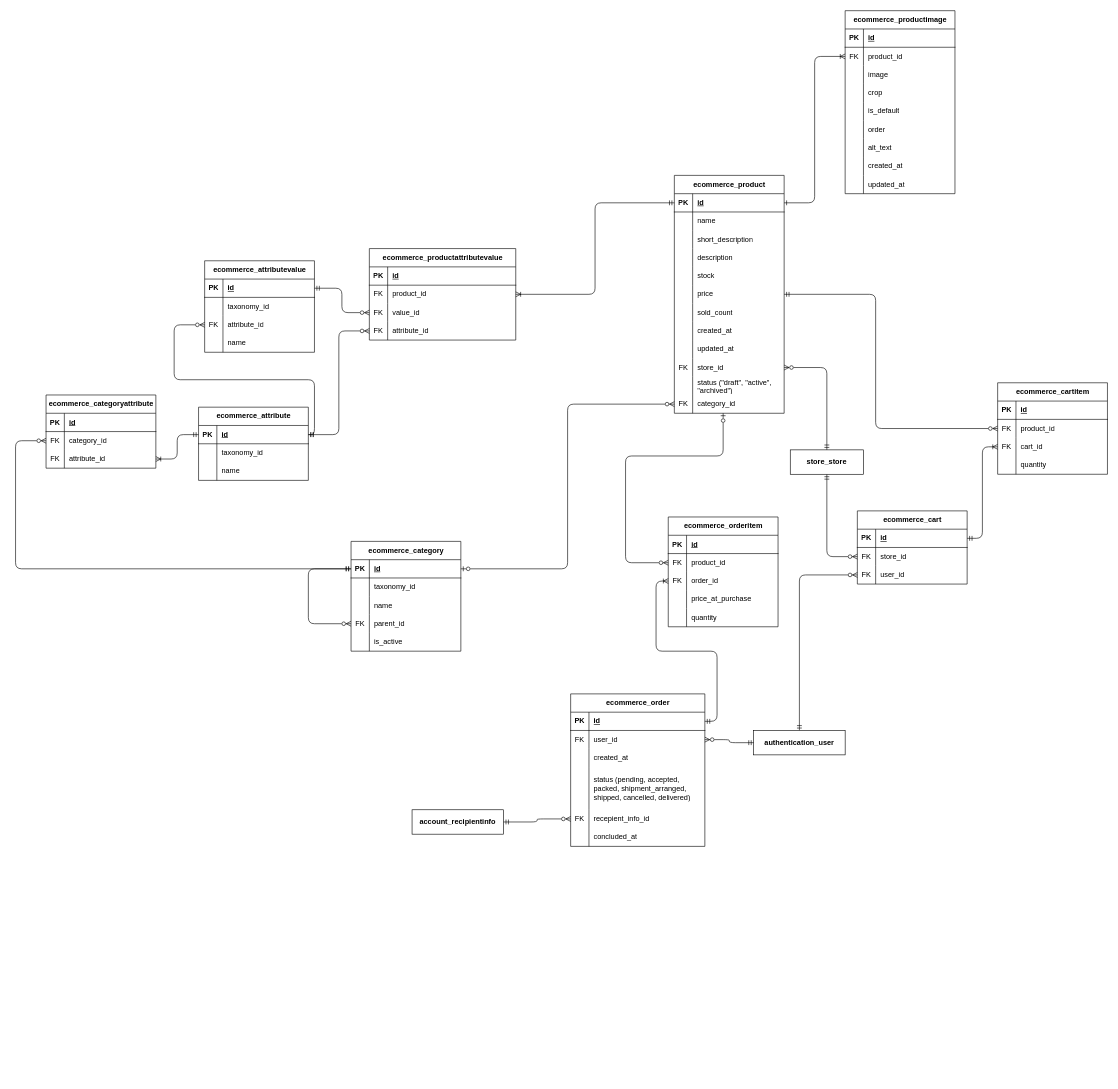
The draw.io diagram page "Ecommerce" (6 of 9) of diagrams/e-commerce-entity-relationship-diagram.drawio in RHILIUS/E-Commerce-Docs, before the edit. Source tidied: cells renumbered, new cells numbered last; positions are measured from the earlier drawing's top-left corner, leaving out a move shared by most shapes. Both pictures are drawn from the tidied source at 61%, with x=0, y=0 at pixel (15, 10).
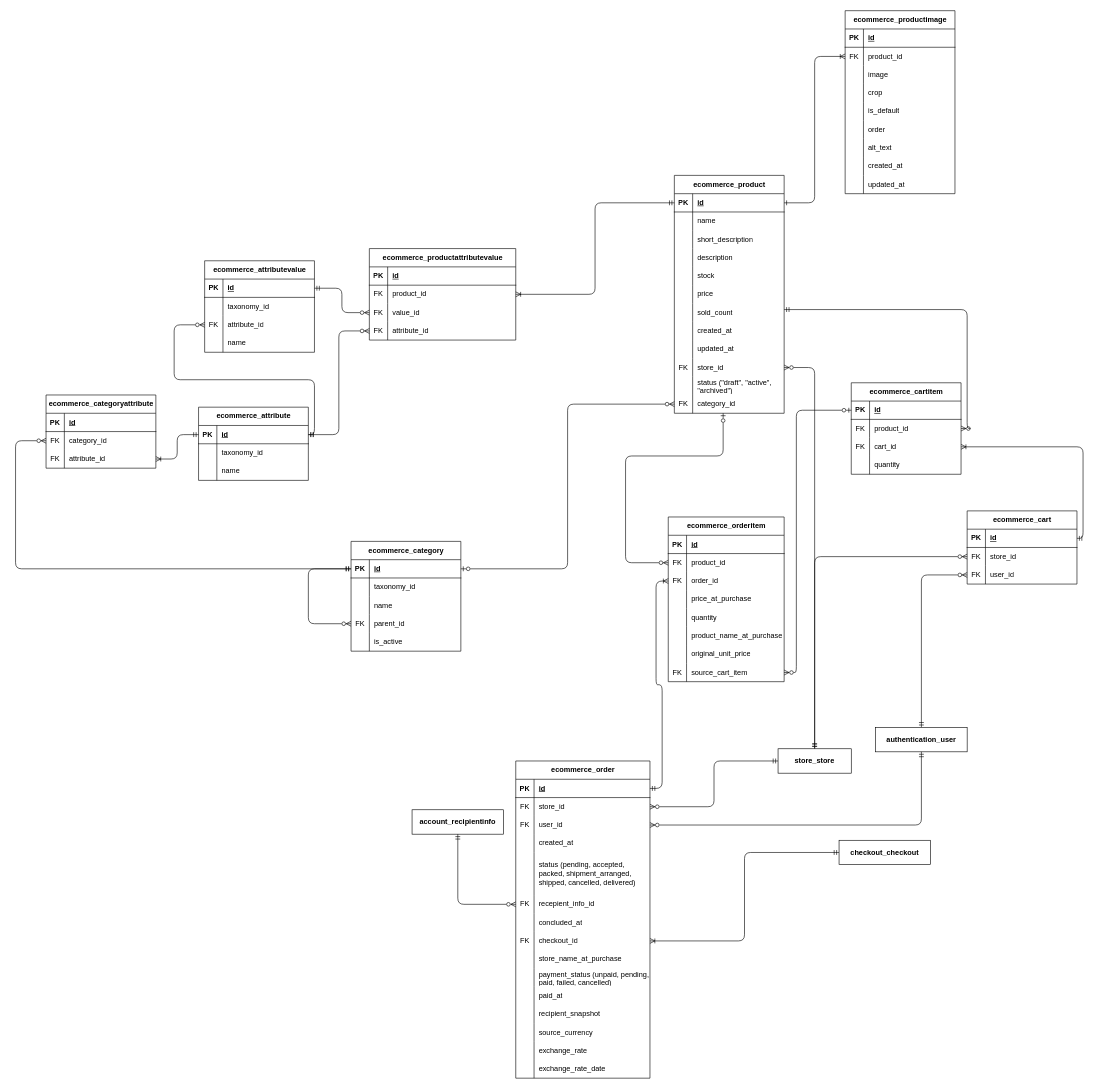
After the change.

Commit message (it also covers changes not shown here):
feat: add checkout-feature related models

The change refers to these unchanged cells:
```xml
<mxCell id="3" value="ecommerce_product" style="shape=table;startSize=30;childLayout=tableLayout;rowLines=0;fontStyle=1;align=center;html=1;" parent="1" vertex="1">
  <mxGeometry x="1080" y="270" width="180" height="390" as="geometry" />
</mxCell>
<mxCell id="185" style="shape=tableRow;horizontal=0;startSize=0;swimlaneHead=0;swimlaneBody=0;fillColor=none;points=[[0,0.5],[1,0.5]];portConstraint=eastwest;top=0;left=0;right=0;bottom=1;" parent="184" vertex="1">
  <mxGeometry y="30" width="180" height="30" as="geometry" />
</mxCell>
<mxCell id="195" style="shape=tableRow;horizontal=0;startSize=0;swimlaneHead=0;swimlaneBody=0;fillColor=none;points=[[0,0.5],[1,0.5]];portConstraint=eastwest;top=0;left=0;right=0;bottom=1;" parent="194" vertex="1">
  <mxGeometry y="30" width="180" height="30" as="geometry" />
</mxCell>
<mxCell id="198" style="shape=tableRow;horizontal=0;startSize=0;swimlaneHead=0;swimlaneBody=0;fillColor=none;points=[[0,0.5],[1,0.5]];portConstraint=eastwest;top=0;left=0;right=0;bottom=0;" parent="194" vertex="1">
  <mxGeometry y="60" width="180" height="30" as="geometry" />
</mxCell>
<mxCell id="201" style="shape=tableRow;horizontal=0;startSize=0;swimlaneHead=0;swimlaneBody=0;fillColor=none;points=[[0,0.5],[1,0.5]];portConstraint=eastwest;top=0;left=0;right=0;bottom=0;" parent="194" vertex="1">
  <mxGeometry y="90" width="180" height="30" as="geometry" />
</mxCell>
```

The edit, as a diff of the source:
```diff
@@
-    <mxCell id="2" style="edgeStyle=orthogonalEdgeStyle;html=1;entryX=0;entryY=0.5;entryDx=0;entryDy=0;startArrow=ERmandOne;startFill=0;endArrow=ERzeroToMany;endFill=0;" parent="1" edge="1" source="3" target="198">
+    <mxCell id="2" style="edgeStyle=orthogonalEdgeStyle;html=1;entryX=1;entryY=0.5;entryDx=0;entryDy=0;startArrow=ERmandOne;startFill=0;endArrow=ERzeroToMany;endFill=0;" parent="1" edge="1" source="3" target="198">
       <mxGeometry relative="1" as="geometry">
         <Array as="points">
-          <mxPoint x="1410" y="465" />
-          <mxPoint x="1410" y="685" />
+          <mxPoint x="1560" y="490" />
+          <mxPoint x="1560" y="685" />
         </Array>
       </mxGeometry>
     </mxCell>
@@
+    <mxCell id="208" style="edgeStyle=orthogonalEdgeStyle;html=1;entryX=1;entryY=0.5;entryDx=0;entryDy=0;exitX=0;exitY=0.5;exitDx=0;exitDy=0;endArrow=ERzeroToMany;endFill=0;startArrow=ERmandOne;startFill=0;" parent="1" edge="1" source="71" target="209">
+      <mxGeometry relative="1" as="geometry" />
+    </mxCell>
     <mxCell id="71" value="&lt;b&gt;store_store&lt;/b&gt;" style="whiteSpace=wrap;html=1;align=center;" parent="1" vertex="1">
-      <mxGeometry x="1270" y="720" width="120" height="40" as="geometry" />
+      <mxGeometry x="1250" y="1210" width="120" height="40" as="geometry" />
     </mxCell>
@@
     <mxCell id="142" value="ecommerce_order" style="shape=table;startSize=30;childLayout=tableLayout;rowLines=0;fontStyle=1;align=center;html=1;" parent="1" vertex="1">
-      <mxGeometry x="910" y="1120" width="220" height="250" as="geometry" />
+      <mxGeometry x="820" y="1230" width="220" height="520" as="geometry" />
     </mxCell>
@@
+    <mxCell id="209" style="shape=tableRow;horizontal=0;startSize=0;swimlaneHead=0;swimlaneBody=0;fillColor=none;points=[[0,0.5],[1,0.5]];portConstraint=eastwest;top=0;left=0;right=0;bottom=0;" parent="142" vertex="1">
+      <mxGeometry y="60" width="220" height="30" as="geometry" />
+    </mxCell>
+    <mxCell id="210" value="FK" style="shape=partialRectangle;fillColor=none;top=0;left=0;bottom=0;right=0;overflow=hidden;whiteSpace=wrap;html=1;" parent="209" vertex="1">
+      <mxGeometry width="30" height="30" as="geometry" />
+    </mxCell>
+    <mxCell id="211" value="store_id" style="shape=partialRectangle;fillColor=none;top=0;left=0;bottom=0;right=0;align=left;spacingLeft=6;overflow=hidden;whiteSpace=wrap;html=1;" parent="209" vertex="1">
+      <mxGeometry x="30" width="190" height="30" as="geometry" />
+    </mxCell>
     <mxCell id="146" style="shape=tableRow;horizontal=0;startSize=0;swimlaneHead=0;swimlaneBody=0;fillColor=none;points=[[0,0.5],[1,0.5]];portConstraint=eastwest;top=0;left=0;right=0;bottom=0;" parent="142" vertex="1">
-      <mxGeometry y="60" width="220" height="30" as="geometry" />
+      <mxGeometry y="90" width="220" height="30" as="geometry" />
     </mxCell>
@@
     <mxCell id="149" style="shape=tableRow;horizontal=0;startSize=0;swimlaneHead=0;swimlaneBody=0;fillColor=none;top=0;left=0;right=0;bottom=0;" parent="142" vertex="1">
-      <mxGeometry y="90" width="220" height="30" as="geometry" />
+      <mxGeometry y="120" width="220" height="30" as="geometry" />
     </mxCell>
@@
     <mxCell id="152" style="shape=tableRow;horizontal=0;startSize=0;swimlaneHead=0;swimlaneBody=0;fillColor=none;top=0;left=0;right=0;bottom=0;" parent="142" vertex="1">
-      <mxGeometry y="120" width="220" height="70" as="geometry" />
+      <mxGeometry y="150" width="220" height="70" as="geometry" />
     </mxCell>
@@
     <mxCell id="155" style="shape=tableRow;horizontal=0;startSize=0;swimlaneHead=0;swimlaneBody=0;fillColor=none;points=[[0,0.5],[1,0.5]];portConstraint=eastwest;top=0;left=0;right=0;bottom=0;" parent="142" vertex="1">
-      <mxGeometry y="190" width="220" height="30" as="geometry" />
+      <mxGeometry y="220" width="220" height="30" as="geometry" />
     </mxCell>
@@
     <mxCell id="158" style="shape=tableRow;horizontal=0;startSize=0;swimlaneHead=0;swimlaneBody=0;fillColor=none;top=0;left=0;right=0;bottom=0;" parent="142" vertex="1">
-      <mxGeometry y="220" width="220" height="30" as="geometry" />
+      <mxGeometry y="250" width="220" height="30" as="geometry" />
     </mxCell>
@@
+    <mxCell id="212" style="shape=tableRow;horizontal=0;startSize=0;swimlaneHead=0;swimlaneBody=0;fillColor=none;points=[[0,0.5],[1,0.5]];portConstraint=eastwest;top=0;left=0;right=0;bottom=0;" parent="142" vertex="1">
+      <mxGeometry y="280" width="220" height="30" as="geometry" />
+    </mxCell>
+    <mxCell id="213" value="FK" style="shape=partialRectangle;fillColor=none;top=0;left=0;bottom=0;right=0;overflow=hidden;whiteSpace=wrap;html=1;" parent="212" vertex="1">
+      <mxGeometry width="30" height="30" as="geometry" />
+    </mxCell>
+    <mxCell id="214" value="checkout_id" style="shape=partialRectangle;fillColor=none;top=0;left=0;bottom=0;right=0;align=left;spacingLeft=6;overflow=hidden;whiteSpace=wrap;html=1;" parent="212" vertex="1">
+      <mxGeometry x="30" width="190" height="30" as="geometry" />
+    </mxCell>
+    <mxCell id="215" style="shape=tableRow;horizontal=0;startSize=0;swimlaneHead=0;swimlaneBody=0;fillColor=none;top=0;left=0;right=0;bottom=0;" parent="142" vertex="1">
+      <mxGeometry y="310" width="220" height="30" as="geometry" />
+    </mxCell>
+    <mxCell id="216" style="shape=partialRectangle;fillColor=none;top=0;left=0;bottom=0;right=0;overflow=hidden;whiteSpace=wrap;html=1;" parent="215" vertex="1">
+      <mxGeometry width="30" height="30" as="geometry" />
+    </mxCell>
+    <mxCell id="217" value="store_name_at_purchase" style="shape=partialRectangle;fillColor=none;top=0;left=0;bottom=0;right=0;align=left;spacingLeft=6;overflow=hidden;whiteSpace=wrap;html=1;" parent="215" vertex="1">
+      <mxGeometry x="30" width="190" height="30" as="geometry" />
+    </mxCell>
+    <mxCell id="218" style="shape=tableRow;horizontal=0;startSize=0;swimlaneHead=0;swimlaneBody=0;fillColor=none;top=0;left=0;right=0;bottom=0;" parent="142" vertex="1">
+      <mxGeometry y="340" width="220" height="30" as="geometry" />
+    </mxCell>
+    <mxCell id="219" style="shape=partialRectangle;fillColor=none;top=0;left=0;bottom=0;right=0;overflow=hidden;whiteSpace=wrap;html=1;" parent="218" vertex="1">
+      <mxGeometry width="30" height="30" as="geometry" />
+    </mxCell>
+    <mxCell id="220" value="payment_status (unpaid, pending, paid, failed, cancelled)" style="shape=partialRectangle;fillColor=none;top=0;left=0;bottom=0;right=0;align=left;spacingLeft=6;overflow=hidden;whiteSpace=wrap;html=1;" parent="218" vertex="1">
+      <mxGeometry x="30" width="190" height="30" as="geometry" />
+    </mxCell>
+    <mxCell id="221" style="shape=tableRow;horizontal=0;startSize=0;swimlaneHead=0;swimlaneBody=0;fillColor=none;top=0;left=0;right=0;bottom=0;" parent="142" vertex="1">
+      <mxGeometry y="370" width="220" height="30" as="geometry" />
+    </mxCell>
+    <mxCell id="222" style="shape=partialRectangle;fillColor=none;top=0;left=0;bottom=0;right=0;overflow=hidden;whiteSpace=wrap;html=1;" parent="221" vertex="1">
+      <mxGeometry width="30" height="30" as="geometry" />
+    </mxCell>
+    <mxCell id="223" value="paid_at" style="shape=partialRectangle;fillColor=none;top=0;left=0;bottom=0;right=0;align=left;spacingLeft=6;overflow=hidden;whiteSpace=wrap;html=1;" parent="221" vertex="1">
+      <mxGeometry x="30" width="190" height="30" as="geometry" />
+    </mxCell>
+    <mxCell id="224" style="shape=tableRow;horizontal=0;startSize=0;swimlaneHead=0;swimlaneBody=0;fillColor=none;top=0;left=0;right=0;bottom=0;" parent="142" vertex="1">
+      <mxGeometry y="400" width="220" height="30" as="geometry" />
+    </mxCell>
+    <mxCell id="225" style="shape=partialRectangle;fillColor=none;top=0;left=0;bottom=0;right=0;overflow=hidden;whiteSpace=wrap;html=1;" parent="224" vertex="1">
+      <mxGeometry width="30" height="30" as="geometry" />
+    </mxCell>
+    <mxCell id="226" value="recipient_snapshot" style="shape=partialRectangle;fillColor=none;top=0;left=0;bottom=0;right=0;align=left;spacingLeft=6;overflow=hidden;whiteSpace=wrap;html=1;" parent="224" vertex="1">
+      <mxGeometry x="30" width="190" height="30" as="geometry" />
+    </mxCell>
+    <mxCell id="227" style="shape=tableRow;horizontal=0;startSize=0;swimlaneHead=0;swimlaneBody=0;fillColor=none;top=0;left=0;right=0;bottom=0;" parent="142" vertex="1">
+      <mxGeometry y="430" width="220" height="30" as="geometry" />
+    </mxCell>
+    <mxCell id="228" style="shape=partialRectangle;fillColor=none;top=0;left=0;bottom=0;right=0;overflow=hidden;whiteSpace=wrap;html=1;" parent="227" vertex="1">
+      <mxGeometry width="30" height="30" as="geometry" />
+    </mxCell>
+    <mxCell id="229" value="source_currency" style="shape=partialRectangle;fillColor=none;top=0;left=0;bottom=0;right=0;align=left;spacingLeft=6;overflow=hidden;whiteSpace=wrap;html=1;" parent="227" vertex="1">
+      <mxGeometry x="30" width="190" height="30" as="geometry" />
+    </mxCell>
+    <mxCell id="230" style="shape=tableRow;horizontal=0;startSize=0;swimlaneHead=0;swimlaneBody=0;fillColor=none;top=0;left=0;right=0;bottom=0;" parent="142" vertex="1">
+      <mxGeometry y="460" width="220" height="30" as="geometry" />
+    </mxCell>
+    <mxCell id="231" style="shape=partialRectangle;fillColor=none;top=0;left=0;bottom=0;right=0;overflow=hidden;whiteSpace=wrap;html=1;" parent="230" vertex="1">
+      <mxGeometry width="30" height="30" as="geometry" />
+    </mxCell>
+    <mxCell id="232" value="exchange_rate" style="shape=partialRectangle;fillColor=none;top=0;left=0;bottom=0;right=0;align=left;spacingLeft=6;overflow=hidden;whiteSpace=wrap;html=1;" parent="230" vertex="1">
+      <mxGeometry x="30" width="190" height="30" as="geometry" />
+    </mxCell>
+    <mxCell id="233" style="shape=tableRow;horizontal=0;startSize=0;swimlaneHead=0;swimlaneBody=0;fillColor=none;top=0;left=0;right=0;bottom=0;" parent="142" vertex="1">
+      <mxGeometry y="490" width="220" height="30" as="geometry" />
+    </mxCell>
+    <mxCell id="234" style="shape=partialRectangle;fillColor=none;top=0;left=0;bottom=0;right=0;overflow=hidden;whiteSpace=wrap;html=1;" parent="233" vertex="1">
+      <mxGeometry width="30" height="30" as="geometry" />
+    </mxCell>
+    <mxCell id="235" value="exchange_rate_date" style="shape=partialRectangle;fillColor=none;top=0;left=0;bottom=0;right=0;align=left;spacingLeft=6;overflow=hidden;whiteSpace=wrap;html=1;" parent="233" vertex="1">
+      <mxGeometry x="30" width="190" height="30" as="geometry" />
+    </mxCell>
@@
     <mxCell id="162" value="&lt;b&gt;authentication_user&lt;/b&gt;" style="whiteSpace=wrap;html=1;align=center;" parent="1" vertex="1">
-      <mxGeometry x="1210" y="1180" width="150" height="40" as="geometry" />
+      <mxGeometry x="1410" y="1175" width="150" height="40" as="geometry" />
     </mxCell>
@@
     <mxCell id="166" value="ecommerce_orderitem" style="shape=table;startSize=30;childLayout=tableLayout;rowLines=0;fontStyle=1;align=center;html=1;" parent="1" vertex="1">
-      <mxGeometry x="1070" y="830" width="180" height="180" as="geometry" />
+      <mxGeometry x="1070" y="830" width="190" height="270" as="geometry" />
     </mxCell>
     <mxCell id="167" style="shape=tableRow;horizontal=0;startSize=0;swimlaneHead=0;swimlaneBody=0;fillColor=none;top=0;left=0;right=0;bottom=1;" parent="166" vertex="1">
-      <mxGeometry y="30" width="180" height="30" as="geometry" />
+      <mxGeometry y="30" width="190" height="30" as="geometry" />
     </mxCell>
@@
     <mxCell id="169" value="id" style="shape=partialRectangle;fillColor=none;top=0;left=0;bottom=0;right=0;align=left;spacingLeft=6;fontStyle=5;overflow=hidden;whiteSpace=wrap;html=1;" parent="167" vertex="1">
-      <mxGeometry x="30" width="150" height="30" as="geometry" />
+      <mxGeometry x="30" width="160" height="30" as="geometry" />
     </mxCell>
     <mxCell id="170" style="shape=tableRow;horizontal=0;startSize=0;swimlaneHead=0;swimlaneBody=0;fillColor=none;points=[[0,0.5],[1,0.5]];portConstraint=eastwest;top=0;left=0;right=0;bottom=0;" parent="166" vertex="1">
-      <mxGeometry y="60" width="180" height="30" as="geometry" />
+      <mxGeometry y="60" width="190" height="30" as="geometry" />
     </mxCell>
@@
     <mxCell id="172" value="product_id" style="shape=partialRectangle;fillColor=none;top=0;left=0;bottom=0;right=0;align=left;spacingLeft=6;overflow=hidden;whiteSpace=wrap;html=1;" parent="170" vertex="1">
-      <mxGeometry x="30" width="150" height="30" as="geometry" />
+      <mxGeometry x="30" width="160" height="30" as="geometry" />
     </mxCell>
     <mxCell id="173" style="shape=tableRow;horizontal=0;startSize=0;swimlaneHead=0;swimlaneBody=0;fillColor=none;points=[[0,0.5],[1,0.5]];portConstraint=eastwest;top=0;left=0;right=0;bottom=0;" parent="166" vertex="1">
-      <mxGeometry y="90" width="180" height="30" as="geometry" />
+      <mxGeometry y="90" width="190" height="30" as="geometry" />
     </mxCell>
@@
     <mxCell id="175" value="order_id" style="shape=partialRectangle;fillColor=none;top=0;left=0;bottom=0;right=0;align=left;spacingLeft=6;overflow=hidden;whiteSpace=wrap;html=1;" parent="173" vertex="1">
-      <mxGeometry x="30" width="150" height="30" as="geometry" />
+      <mxGeometry x="30" width="160" height="30" as="geometry" />
     </mxCell>
     <mxCell id="176" style="shape=tableRow;horizontal=0;startSize=0;swimlaneHead=0;swimlaneBody=0;fillColor=none;top=0;left=0;right=0;bottom=0;" parent="166" vertex="1">
-      <mxGeometry y="120" width="180" height="30" as="geometry" />
+      <mxGeometry y="120" width="190" height="30" as="geometry" />
     </mxCell>
@@
     <mxCell id="178" value="price_at_purchase" style="shape=partialRectangle;fillColor=none;top=0;left=0;bottom=0;right=0;align=left;spacingLeft=6;overflow=hidden;whiteSpace=wrap;html=1;" parent="176" vertex="1">
-      <mxGeometry x="30" width="150" height="30" as="geometry" />
+      <mxGeometry x="30" width="160" height="30" as="geometry" />
     </mxCell>
     <mxCell id="179" style="shape=tableRow;horizontal=0;startSize=0;swimlaneHead=0;swimlaneBody=0;fillColor=none;top=0;left=0;right=0;bottom=0;" parent="166" vertex="1">
-      <mxGeometry y="150" width="180" height="30" as="geometry" />
+      <mxGeometry y="150" width="190" height="30" as="geometry" />
     </mxCell>
@@
     <mxCell id="181" value="quantity" style="shape=partialRectangle;fillColor=none;top=0;left=0;bottom=0;right=0;align=left;spacingLeft=6;overflow=hidden;whiteSpace=wrap;html=1;" parent="179" vertex="1">
-      <mxGeometry x="30" width="150" height="30" as="geometry" />
+      <mxGeometry x="30" width="160" height="30" as="geometry" />
     </mxCell>
+    <mxCell id="236" style="shape=tableRow;horizontal=0;startSize=0;swimlaneHead=0;swimlaneBody=0;fillColor=none;top=0;left=0;right=0;bottom=0;" parent="166" vertex="1">
+      <mxGeometry y="180" width="190" height="30" as="geometry" />
+    </mxCell>
+    <mxCell id="237" style="shape=partialRectangle;fillColor=none;top=0;left=0;bottom=0;right=0;overflow=hidden;whiteSpace=wrap;html=1;" parent="236" vertex="1">
+      <mxGeometry width="30" height="30" as="geometry" />
+    </mxCell>
+    <mxCell id="238" value="product_name_at_purchase" style="shape=partialRectangle;fillColor=none;top=0;left=0;bottom=0;right=0;align=left;spacingLeft=6;overflow=hidden;whiteSpace=wrap;html=1;" parent="236" vertex="1">
+      <mxGeometry x="30" width="160" height="30" as="geometry" />
+    </mxCell>
+    <mxCell id="239" style="shape=tableRow;horizontal=0;startSize=0;swimlaneHead=0;swimlaneBody=0;fillColor=none;top=0;left=0;right=0;bottom=0;" parent="166" vertex="1">
+      <mxGeometry y="210" width="190" height="30" as="geometry" />
+    </mxCell>
+    <mxCell id="240" style="shape=partialRectangle;fillColor=none;top=0;left=0;bottom=0;right=0;overflow=hidden;whiteSpace=wrap;html=1;" parent="239" vertex="1">
+      <mxGeometry width="30" height="30" as="geometry" />
+    </mxCell>
+    <mxCell id="241" value="original_unit_price" style="shape=partialRectangle;fillColor=none;top=0;left=0;bottom=0;right=0;align=left;spacingLeft=6;overflow=hidden;whiteSpace=wrap;html=1;" parent="239" vertex="1">
+      <mxGeometry x="30" width="160" height="30" as="geometry" />
+    </mxCell>
+    <mxCell id="242" style="shape=tableRow;horizontal=0;startSize=0;swimlaneHead=0;swimlaneBody=0;fillColor=none;points=[[0,0.5],[1,0.5]];portConstraint=eastwest;top=0;left=0;right=0;bottom=0;" parent="166" vertex="1">
+      <mxGeometry y="240" width="190" height="30" as="geometry" />
+    </mxCell>
+    <mxCell id="243" value="FK" style="shape=partialRectangle;fillColor=none;top=0;left=0;bottom=0;right=0;overflow=hidden;whiteSpace=wrap;html=1;" parent="242" vertex="1">
+      <mxGeometry width="30" height="30" as="geometry" />
+    </mxCell>
+    <mxCell id="244" value="source_cart_item" style="shape=partialRectangle;fillColor=none;top=0;left=0;bottom=0;right=0;align=left;spacingLeft=6;overflow=hidden;whiteSpace=wrap;html=1;" parent="242" vertex="1">
+      <mxGeometry x="30" width="160" height="30" as="geometry" />
+    </mxCell>
@@
     <mxCell id="184" value="ecommerce_cart" style="shape=table;startSize=30;childLayout=tableLayout;rowLines=0;fontStyle=1;align=center;html=1;" parent="1" vertex="1">
-      <mxGeometry x="1380" y="820" width="180" height="120" as="geometry" />
+      <mxGeometry x="1560" y="820" width="180" height="120" as="geometry" />
     </mxCell>
@@
     <mxCell id="194" value="ecommerce_cartitem" style="shape=table;startSize=30;childLayout=tableLayout;rowLines=0;fontStyle=1;align=center;html=1;" parent="1" vertex="1">
-      <mxGeometry x="1610" y="610" width="180" height="150" as="geometry" />
+      <mxGeometry x="1370" y="610" width="180" height="150" as="geometry" />
     </mxCell>
@@
-    <mxCell id="207" style="edgeStyle=orthogonalEdgeStyle;html=1;entryX=0;entryY=0.5;entryDx=0;entryDy=0;endArrow=ERoneToMany;endFill=0;exitX=1;exitY=0.5;exitDx=0;exitDy=0;startArrow=ERmandOne;startFill=0;" parent="1" edge="1" source="185" target="201">
+    <mxCell id="207" style="edgeStyle=orthogonalEdgeStyle;html=1;entryX=1;entryY=0.5;entryDx=0;entryDy=0;endArrow=ERoneToMany;endFill=0;exitX=1;exitY=0.5;exitDx=0;exitDy=0;startArrow=ERmandOne;startFill=0;" parent="1" edge="1" source="185" target="201">
       <mxGeometry relative="1" as="geometry" />
     </mxCell>
+    <mxCell id="245" style="edgeStyle=orthogonalEdgeStyle;html=1;entryX=1;entryY=0.5;entryDx=0;entryDy=0;exitX=0;exitY=0.5;exitDx=0;exitDy=0;endArrow=ERoneToMany;endFill=0;startArrow=ERmandOne;startFill=0;" parent="1" edge="1" source="246" target="212">
+      <mxGeometry relative="1" as="geometry" />
+    </mxCell>
+    <mxCell id="246" value="&lt;b&gt;checkout_checkout&lt;/b&gt;" style="whiteSpace=wrap;html=1;align=center;" parent="1" vertex="1">
+      <mxGeometry x="1350" y="1360" width="150" height="40" as="geometry" />
+    </mxCell>
+    <mxCell id="247" style="edgeStyle=orthogonalEdgeStyle;html=1;entryX=1;entryY=0.5;entryDx=0;entryDy=0;exitX=0;exitY=0.5;exitDx=0;exitDy=0;endArrow=ERzeroToMany;endFill=0;startArrow=ERzeroToOne;startFill=0;" parent="1" edge="1" source="195" target="242">
+      <mxGeometry relative="1" as="geometry">
+        <Array as="points">
+          <mxPoint x="1280" y="655" />
+          <mxPoint x="1280" y="1085" />
+        </Array>
+      </mxGeometry>
+    </mxCell>
```
